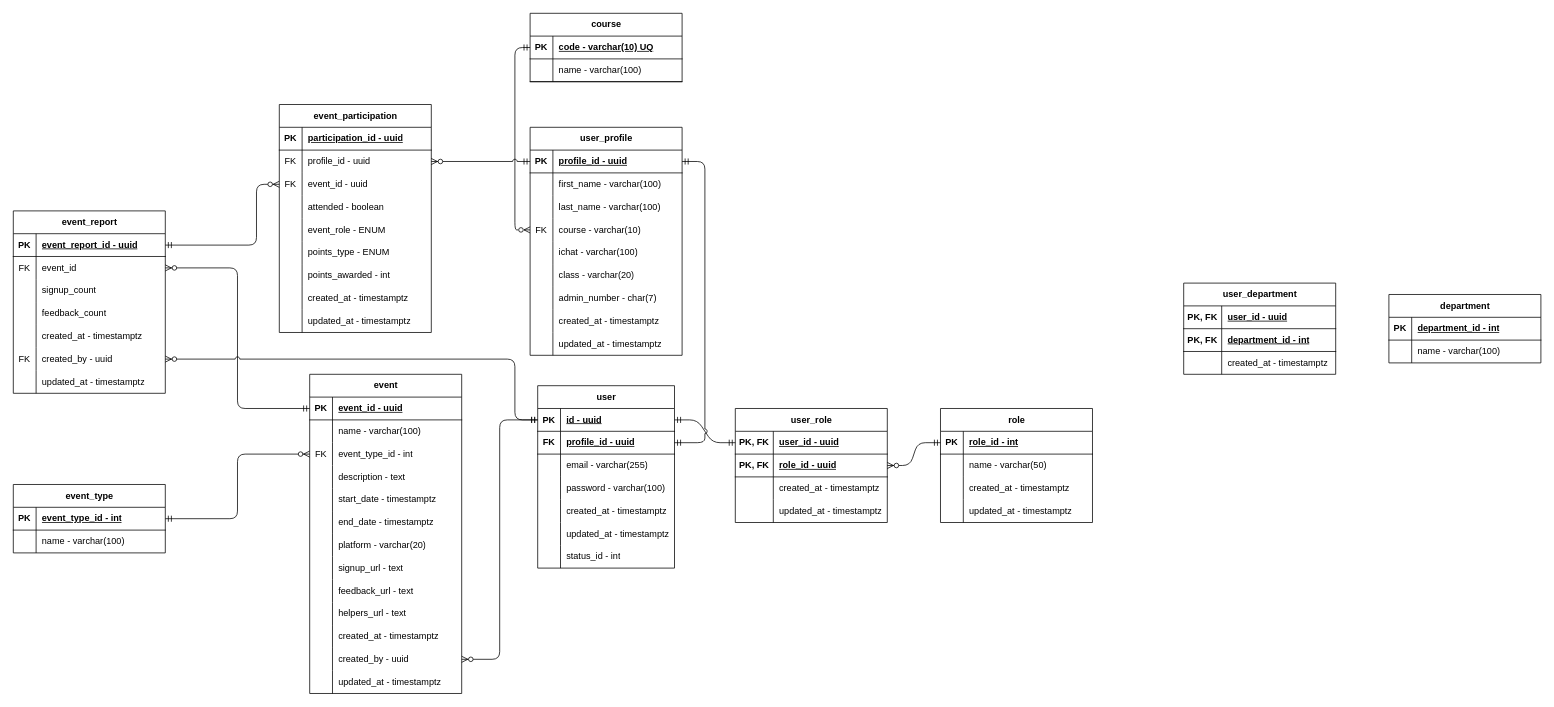
Above: documentation/entity-diagram.drawio in proj-root/project-auxilium (draw.io), before the change. Source tidied: cells renumbered, new cells numbered last; positions are measured from the earlier drawing's top-left corner, leaving out a move shared by most shapes. Both pictures are drawn from the tidied source at 76%, with x=0, y=0 at pixel (13, 13).
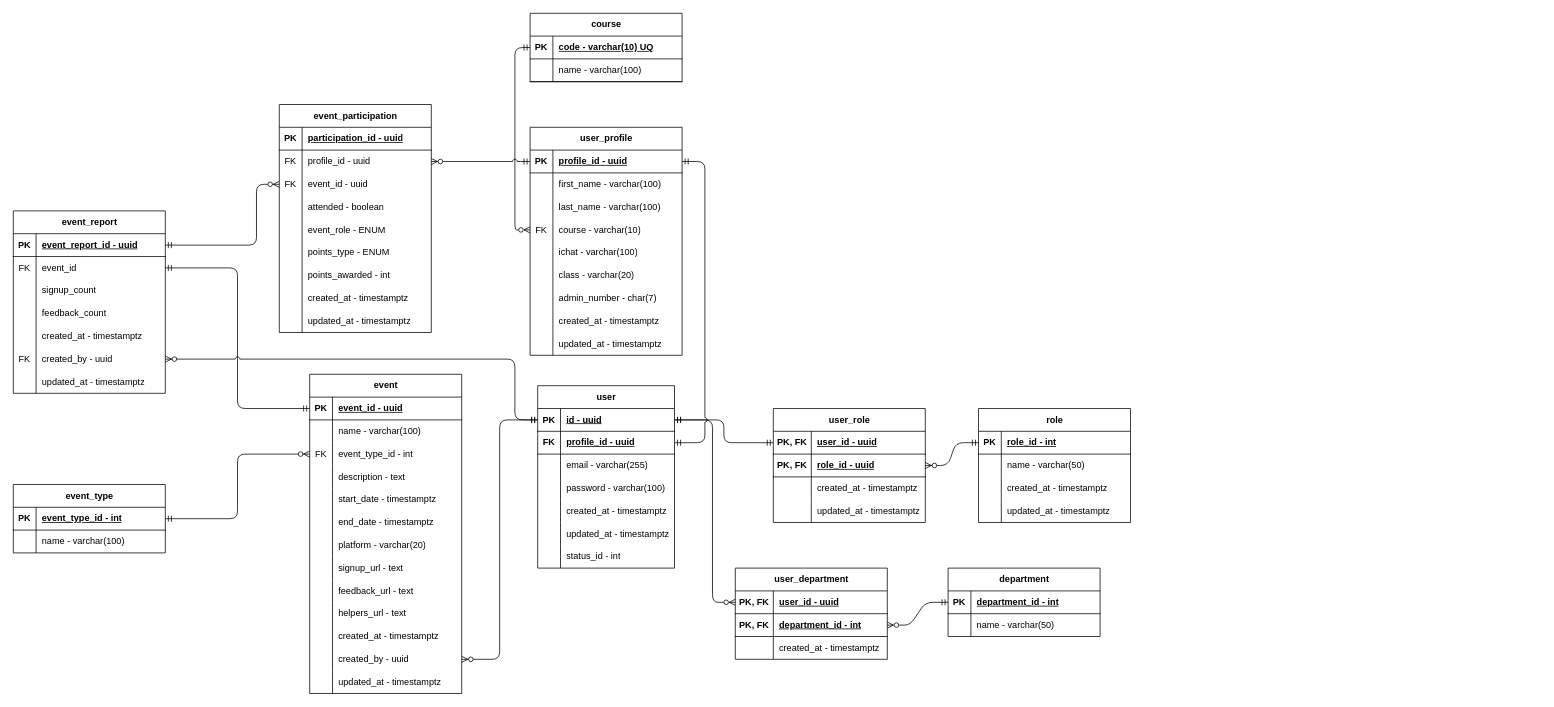
After the change.

Unchanged cells that the change refers to:
```xml
<mxCell id="3" style="shape=tableRow;horizontal=0;startSize=0;swimlaneHead=0;swimlaneBody=0;fillColor=none;points=[[0,0.5],[1,0.5]];portConstraint=eastwest;top=0;left=0;right=0;bottom=1;" parent="2" vertex="1">
  <mxGeometry y="30" width="200" height="30" as="geometry" />
</mxCell>
<mxCell id="31" style="shape=tableRow;horizontal=0;startSize=0;swimlaneHead=0;swimlaneBody=0;fillColor=none;points=[[0,0.5],[1,0.5]];portConstraint=eastwest;top=0;left=0;right=0;bottom=1;" parent="30" vertex="1">
  <mxGeometry y="30" width="180" height="30" as="geometry" />
</mxCell>
<mxCell id="81" style="shape=tableRow;horizontal=0;startSize=0;swimlaneHead=0;swimlaneBody=0;fillColor=none;points=[[0,0.5],[1,0.5]];portConstraint=eastwest;top=0;left=0;right=0;bottom=1;" parent="80" vertex="1">
  <mxGeometry y="30" width="200" height="30" as="geometry" />
</mxCell>
<mxCell id="134" style="shape=tableRow;horizontal=0;startSize=0;swimlaneHead=0;swimlaneBody=0;fillColor=none;points=[[0,0.5],[1,0.5]];portConstraint=eastwest;top=0;left=0;right=0;bottom=0;" parent="130" vertex="1">
  <mxGeometry y="60" width="200" height="30" as="geometry" />
</mxCell>
<mxCell id="154" style="shape=tableRow;horizontal=0;startSize=0;swimlaneHead=0;swimlaneBody=0;fillColor=none;points=[[0,0.5],[1,0.5]];portConstraint=eastwest;top=0;left=0;right=0;bottom=1;" parent="153" vertex="1">
  <mxGeometry y="30" width="200" height="30" as="geometry" />
</mxCell>
<mxCell id="157" style="shape=tableRow;horizontal=0;startSize=0;swimlaneHead=0;swimlaneBody=0;fillColor=none;top=0;left=0;right=0;bottom=0;" parent="153" vertex="1">
  <mxGeometry y="60" width="200" height="30" as="geometry" />
</mxCell>
<mxCell id="161" style="shape=tableRow;horizontal=0;startSize=0;swimlaneHead=0;swimlaneBody=0;fillColor=none;points=[[0,0.5],[1,0.5]];portConstraint=eastwest;top=0;left=0;right=0;bottom=1;" parent="160" vertex="1">
  <mxGeometry y="30" width="200" height="30" as="geometry" />
</mxCell>
<mxCell id="164" style="shape=tableRow;horizontal=0;startSize=0;swimlaneHead=0;swimlaneBody=0;fillColor=none;points=[[0,0.5],[1,0.5]];portConstraint=eastwest;top=0;left=0;right=0;bottom=1;" parent="160" vertex="1">
  <mxGeometry y="60" width="200" height="30" as="geometry" />
</mxCell>
```

The edit, as a diff of the source:
```diff
@@
     <mxCell id="2" value="user_role" style="shape=table;startSize=30;childLayout=tableLayout;rowLines=0;fontStyle=1;align=center;html=1;" parent="1" vertex="1">
-      <mxGeometry x="950" y="520" width="200" height="150" as="geometry" />
+      <mxGeometry x="1000" y="520" width="200" height="150" as="geometry" />
     </mxCell>
@@
-    <mxCell id="15" style="edgeStyle=entityRelationEdgeStyle;fontSize=12;html=1;endArrow=ERmandOne;startArrow=ERmandOne;entryX=0;entryY=0.5;entryDx=0;entryDy=0;exitX=1;exitY=0.5;exitDx=0;exitDy=0;" parent="1" edge="1" source="31" target="3">
+    <mxCell id="15" style="edgeStyle=orthogonalEdgeStyle;fontSize=12;html=1;endArrow=ERmandOne;startArrow=ERmandOne;entryX=0;entryY=0.5;entryDx=0;entryDy=0;exitX=1;exitY=0.5;exitDx=0;exitDy=0;" parent="1" edge="1" source="31" target="3">
       <mxGeometry relative="1" as="geometry" />
     </mxCell>
     <mxCell id="16" value="role" style="shape=table;startSize=30;childLayout=tableLayout;rowLines=0;fontStyle=1;align=center;html=1;" parent="1" vertex="1">
-      <mxGeometry x="1220" y="520" width="200" height="150" as="geometry" />
+      <mxGeometry x="1270" y="520" width="200" height="150" as="geometry" />
     </mxCell>
@@
-    <mxCell id="129" style="edgeStyle=orthogonalEdgeStyle;fontSize=12;html=1;endArrow=ERzeroToMany;startArrow=ERmandOne;entryX=1;entryY=0.5;entryDx=0;entryDy=0;exitX=0;exitY=0.5;exitDx=0;exitDy=0;" parent="1" edge="1" source="81" target="134">
+    <mxCell id="129" style="edgeStyle=orthogonalEdgeStyle;fontSize=12;html=1;endArrow=ERmandOne;startArrow=ERmandOne;entryX=1;entryY=0.5;entryDx=0;entryDy=0;exitX=0;exitY=0.5;exitDx=0;exitDy=0;endFill=0;" parent="1" edge="1" source="81" target="134">
       <mxGeometry relative="1" as="geometry" />
     </mxCell>
@@
     <mxCell id="153" value="department" style="shape=table;startSize=30;childLayout=tableLayout;rowLines=0;fontStyle=1;align=center;html=1;" parent="1" vertex="1">
-      <mxGeometry x="1810" y="370" width="200" height="90" as="geometry" />
+      <mxGeometry x="1230" y="730" width="200" height="90" as="geometry" />
     </mxCell>
@@
-    <mxCell id="159" value="name - varchar(100)" style="shape=partialRectangle;fillColor=none;top=0;left=0;bottom=0;right=0;align=left;spacingLeft=6;overflow=hidden;whiteSpace=wrap;html=1;" parent="157" vertex="1">
+    <mxCell id="159" value="name - varchar(50)" style="shape=partialRectangle;fillColor=none;top=0;left=0;bottom=0;right=0;align=left;spacingLeft=6;overflow=hidden;whiteSpace=wrap;html=1;" parent="157" vertex="1">
       <mxGeometry x="30" width="170" height="30" as="geometry" />
     </mxCell>
     <mxCell id="160" value="user_department" style="shape=table;startSize=30;childLayout=tableLayout;rowLines=0;fontStyle=1;align=center;html=1;" parent="1" vertex="1">
-      <mxGeometry x="1540" y="355" width="200" height="120" as="geometry" />
+      <mxGeometry x="950" y="730" width="200" height="120" as="geometry" />
     </mxCell>
@@
+    <mxCell id="209" style="edgeStyle=orthogonalEdgeStyle;fontSize=12;html=1;endArrow=ERzeroToMany;startArrow=ERmandOne;exitX=1;exitY=0.5;exitDx=0;exitDy=0;entryX=0;entryY=0.5;entryDx=0;entryDy=0;endFill=0;" parent="1" edge="1" source="31" target="161">
+      <mxGeometry relative="1" as="geometry">
+        <Array as="points">
+          <mxPoint x="920" y="535" />
+          <mxPoint x="920" y="775" />
+        </Array>
+      </mxGeometry>
+    </mxCell>
+    <mxCell id="210" style="edgeStyle=entityRelationEdgeStyle;fontSize=12;html=1;endArrow=ERmandOne;startArrow=ERzeroToMany;entryX=0;entryY=0.5;entryDx=0;entryDy=0;startFill=0;" parent="1" edge="1" source="164" target="154">
+      <mxGeometry relative="1" as="geometry" />
+    </mxCell>
```
